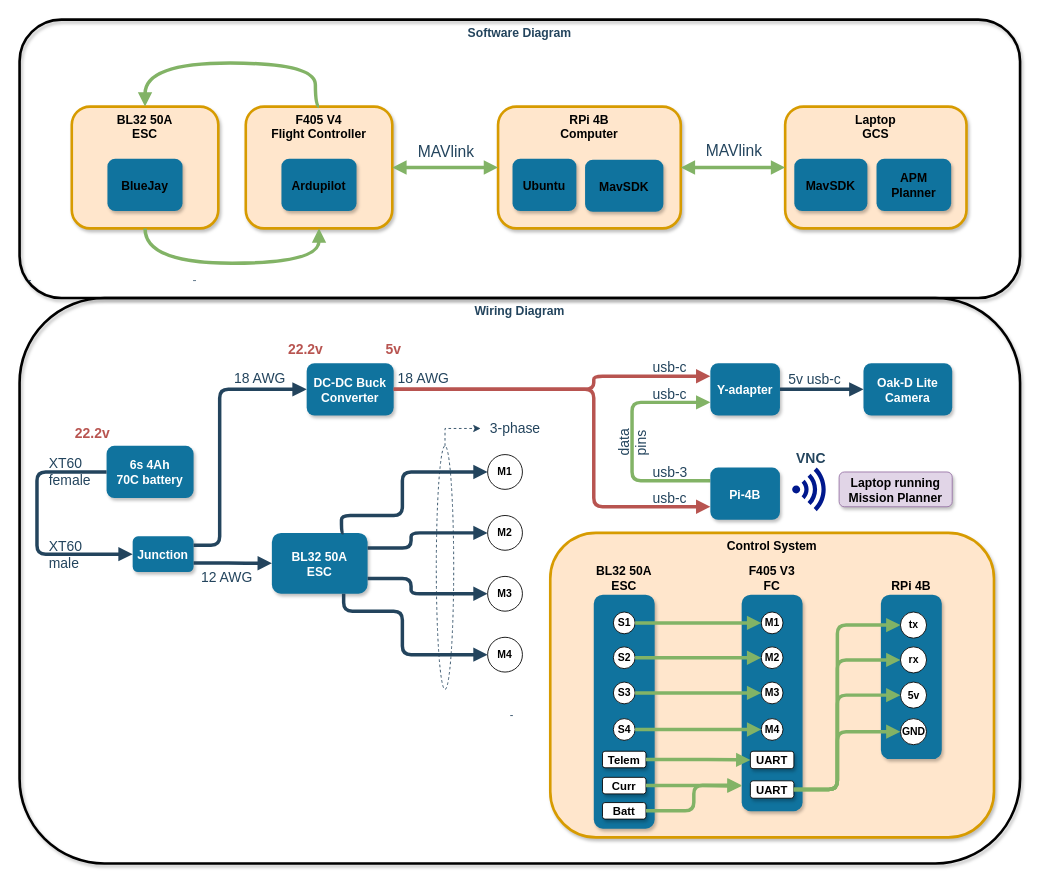
The draw.io diagram electrical-design/wiring-diagram.drawio in MichaelThamm/autonomous-drone, before the edit. Source tidied: cells renumbered, new cells numbered last; positions are measured from the earlier drawing's top-left corner, leaving out a move shared by most shapes. Both pictures are drawn from the tidied source at 87%, with x=0, y=0 at pixel (19, 19).
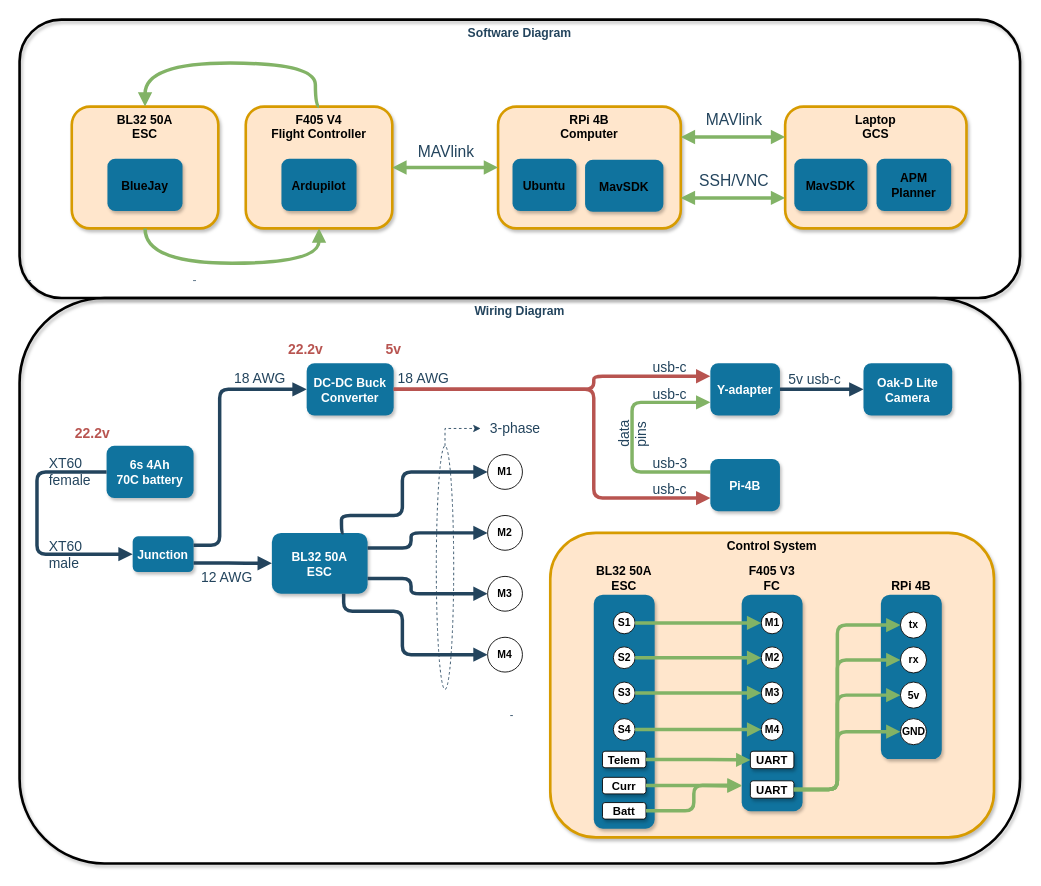
The same page after the edit.

Commit message (it also covers changes not shown here):
fix: wiring diagram

The change refers to these unchanged cells:
```xml
<mxCell id="84" value="RPi 4B&#10;Computer" style="rounded=1;fillColor=#ffe6cc;strokeColor=#d79b00;shadow=1;fontStyle=1;fontSize=14;strokeWidth=3;verticalAlign=top;fontColor=#000000;" parent="83" vertex="1">
  <mxGeometry width="210" height="140" as="geometry" />
</mxCell>
<mxCell id="98" value="Laptop&#10;GCS" style="rounded=1;fillColor=#ffe6cc;strokeColor=#d79b00;shadow=1;fontStyle=1;fontSize=14;strokeWidth=3;verticalAlign=top;fontColor=#000000;" parent="97" vertex="1">
  <mxGeometry width="208.4" height="140" as="geometry" />
</mxCell>
```

Change to the diagram source:
```diff
@@
     <mxCell id="39" value="&lt;span style=&quot;font-size: 16px;&quot;&gt;usb-3&lt;/span&gt;" style="edgeLabel;html=1;align=left;verticalAlign=middle;labelBackgroundColor=none;fontColor=#23445D;" parent="1" vertex="1">
-      <mxGeometry x="704" y="455" as="geometry">
+      <mxGeometry x="704" y="445" as="geometry">
         <mxPoint x="22" y="64" as="offset" />
       </mxGeometry>
     </mxCell>
@@
     <mxCell id="41" value="&lt;font style=&quot;font-size: 16px;&quot;&gt;data&lt;br&gt;pins&lt;br&gt;&lt;/font&gt;" style="edgeLabel;html=1;align=left;verticalAlign=middle;horizontal=0;labelBackgroundColor=none;fontColor=#23445D;" parent="1" vertex="1">
-      <mxGeometry x="682" y="568" as="geometry">
+      <mxGeometry x="682" y="558" as="geometry">
         <mxPoint x="22" y="64" as="offset" />
       </mxGeometry>
     </mxCell>
     <mxCell id="42" value="&lt;span style=&quot;font-size: 16px;&quot;&gt;usb-c&lt;/span&gt;" style="edgeLabel;html=1;align=left;verticalAlign=middle;labelBackgroundColor=none;fontColor=#23445D;" parent="1" vertex="1">
-      <mxGeometry x="704" y="485" as="geometry">
+      <mxGeometry x="704" y="475" as="geometry">
         <mxPoint x="22" y="64" as="offset" />
       </mxGeometry>
     </mxCell>
@@
     <mxCell id="72" value="Pi-4B" style="rounded=1;fillColor=#10739E;strokeColor=none;shadow=1;gradientColor=none;fontStyle=1;fontColor=#FFFFFF;fontSize=14;" parent="1" vertex="1">
-      <mxGeometry x="794" y="515" width="80" height="60" as="geometry" />
+      <mxGeometry x="794" y="505" width="80" height="60" as="geometry" />
     </mxCell>
-    <mxCell id="73" style="sketch=0;shadow=0;dashed=0;html=1;strokeColor=none;labelPosition=center;verticalLabelPosition=bottom;verticalAlign=top;align=center;fillColor=#00188D;shape=mxgraph.mscae.enterprise.wireless_connection;" parent="1" vertex="1">
-      <mxGeometry x="888" y="515" width="42" height="50" as="geometry" />
-    </mxCell>
-    <mxCell id="74" value="Laptop running&#10;Mission Planner" style="rounded=1;fillColor=#e1d5e7;strokeColor=#9673a6;shadow=1;fontStyle=1;fontSize=14;" parent="1" vertex="1">
-      <mxGeometry x="942" y="520" width="130" height="40" as="geometry" />
-    </mxCell>
-    <mxCell id="75" value="&lt;span style=&quot;font-size: 16px;&quot;&gt;&lt;b&gt;VNC&lt;/b&gt;&lt;/span&gt;" style="edgeLabel;html=1;align=left;verticalAlign=middle;labelBackgroundColor=none;fontColor=#23445D;" parent="1" vertex="1">
-      <mxGeometry x="869" y="439" as="geometry">
-        <mxPoint x="22" y="64" as="offset" />
-      </mxGeometry>
-    </mxCell>
@@
-    <mxCell id="101" style="strokeWidth=4;endArrow=block;endFill=1;fontStyle=1;strokeColor=#82b366;fillColor=#d5e8d4;entryX=0;entryY=0.5;entryDx=0;entryDy=0;exitX=1;exitY=0.5;exitDx=0;exitDy=0;startArrow=block;startFill=1;fontColor=#23445D;labelBackgroundColor=none;" parent="1" edge="1" source="84" target="98">
+    <mxCell id="101" style="strokeWidth=4;endArrow=block;endFill=1;fontStyle=1;strokeColor=#82b366;fillColor=#d5e8d4;entryX=0;entryY=0.25;entryDx=0;entryDy=0;exitX=1;exitY=0.25;exitDx=0;exitDy=0;startArrow=block;startFill=1;fontColor=#23445D;labelBackgroundColor=none;" parent="1" edge="1" source="84" target="98">
       <mxGeometry x="-2518" y="-2084.5" as="geometry" />
     </mxCell>
@@
+    <mxCell id="103" style="strokeWidth=4;endArrow=block;endFill=1;fontStyle=1;strokeColor=#82b366;fillColor=#d5e8d4;entryX=0;entryY=0.75;entryDx=0;entryDy=0;exitX=1;exitY=0.75;exitDx=0;exitDy=0;startArrow=block;startFill=1;fontColor=#23445D;labelBackgroundColor=none;" parent="1" edge="1" source="84" target="98">
+      <mxGeometry x="-2518" y="-2084.5" as="geometry" />
+    </mxCell>
+    <mxCell id="104" value="SSH/VNC" style="edgeLabel;html=1;align=center;verticalAlign=middle;fontSize=18;fontColor=#23445D;labelBackgroundColor=none;" parent="103" vertex="1">
+      <mxGeometry relative="1" as="geometry">
+        <mxPoint y="-20" as="offset" />
+      </mxGeometry>
+    </mxCell>
```
